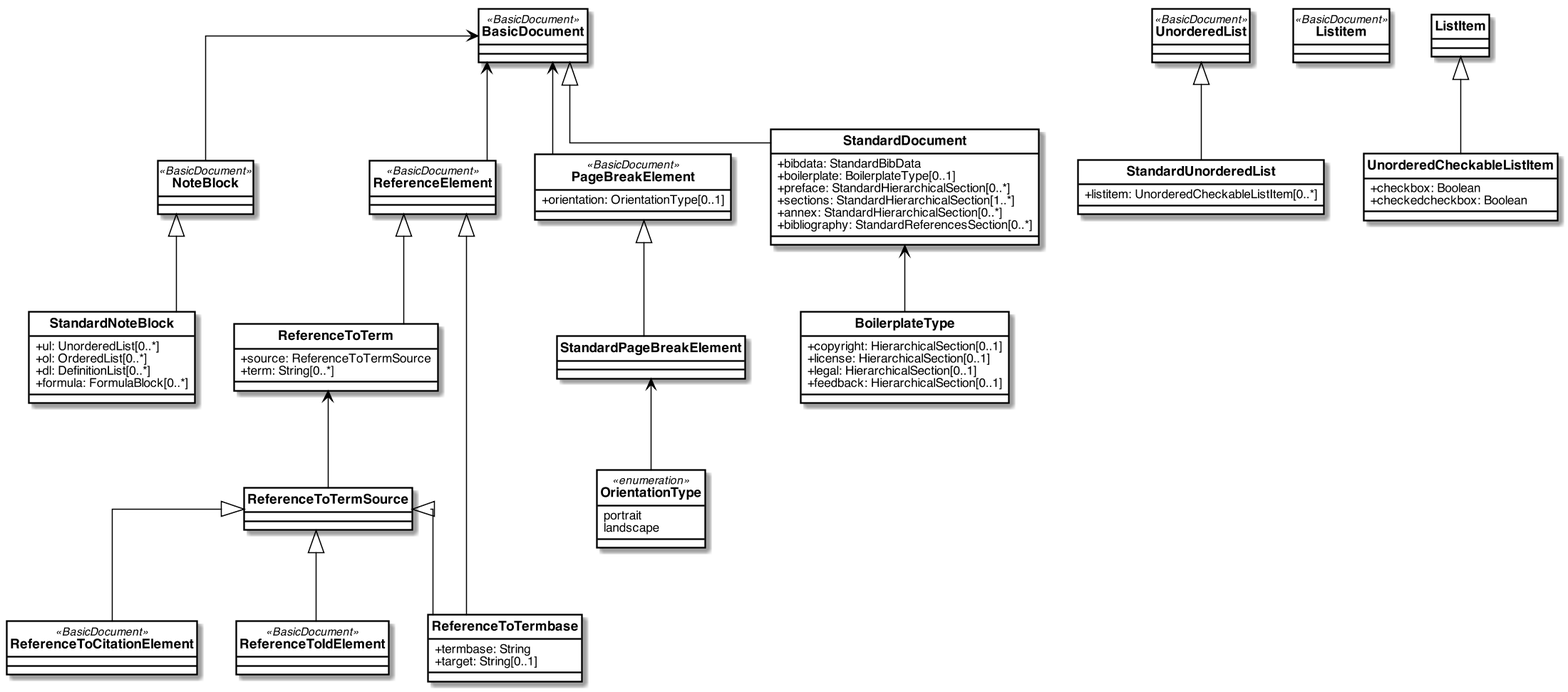
The PlantUML diagram standoc/images/StandardDoc_StandardDocument.png in metanorma/standoc-models, before a commit.
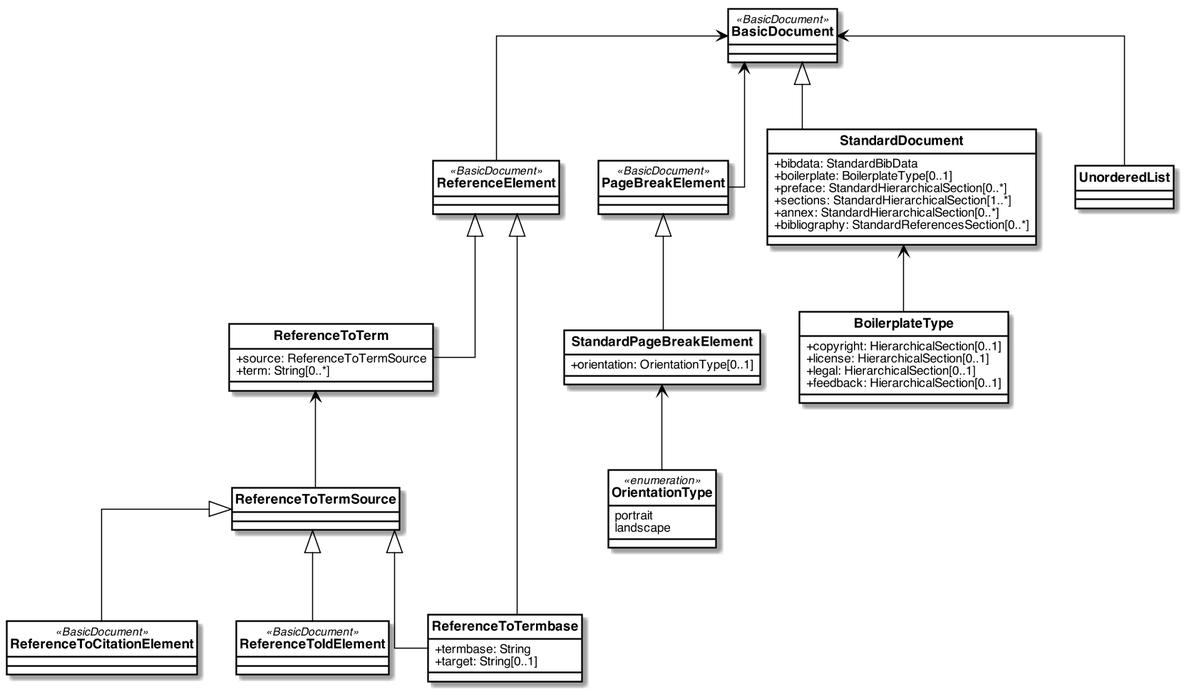
The same file after the commit.

The edit, as a diff of the source:
```diff
@@ -45,16 +45,6 @@
 
 }
 
-class NoteBlock <<BasicDocument>> {
-}
-
-class StandardNoteBlock {
-    +ul: UnorderedList[0..*]
-    +ol: OrderedList[0..*]
-    +dl: DefinitionList[0..*]
-    +formula: FormulaBlock[0..*]
-}
-
 class ReferenceElement <<BasicDocument>> {
 }
 
@@ -74,6 +64,9 @@
 }
 
 class PageBreakElement <<BasicDocument>>{
+}
+
+class StandardPageBreakElement {
    +orientation: OrientationType[0..1]
 }
 
@@ -98,30 +91,14 @@
     + feedback: HierarchicalSection[0..1]
 }
 
-class UnorderedList <<BasicDocument>> {
-}
-
-class StandardUnorderedList {
-    +listitem: UnorderedCheckableListItem[0..*]
-}
-
-class Listitem <<BasicDocument>> {
-}
-
-class UnorderedCheckableListItem {
-    +checkbox: Boolean
-    +checkedcheckbox: Boolean
-}
-
 
 
 
 BasicDocument <|-- StandardDocument
 StandardDocument <-- BoilerplateType
-BasicDocument <-- NoteBlock
 BasicDocument <-- ReferenceElement
 BasicDocument <-- PageBreakElement
-NoteBlock <|-- StandardNoteBlock
+BasicDocument <-- UnorderedList
 PageBreakElement <|-- StandardPageBreakElement
 ReferenceElement <|-- ReferenceToTerm
 ReferenceElement <|-- ReferenceToTermbase
@@ -130,7 +107,5 @@
 ReferenceToTermSource <|-- ReferenceToIdElement
 ReferenceToTermSource <|-- ReferenceToTermbase
 StandardPageBreakElement <-- OrientationType
-UnorderedList <|-- StandardUnorderedList
-ListItem <|-- UnorderedCheckableListItem
 
 @enduml
```
